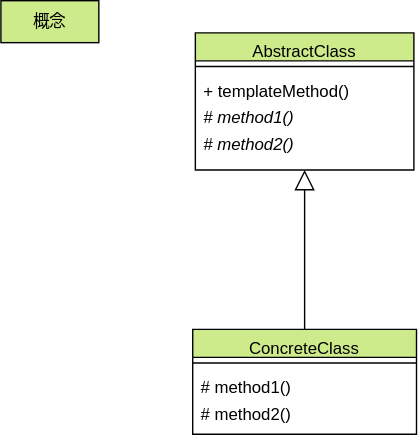
go-to-k/cdk-gof-design-pattern keeps this draw.io diagram as drawio/template-method/template-method-concept.drawio.svg. Above is the earlier version. Source tidied: cells renumbered, new cells last; positions are measured from the earlier drawing's top-left corner, leaving out a move shared by most shapes.
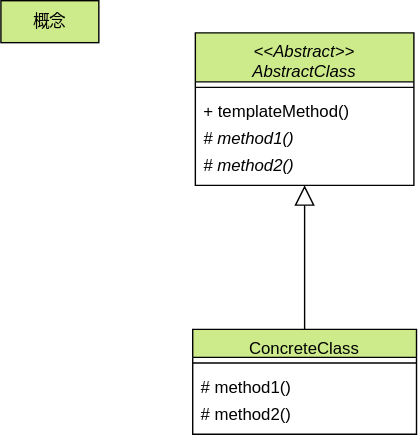
After the commit.

Commit message:
update template method diagrams

Change to the diagram source:
```diff
@@ -14,20 +14,20 @@
     <mxCell id="5" value="# method2()" style="text;strokeColor=none;fillColor=none;align=left;verticalAlign=top;spacingLeft=4;spacingRight=4;overflow=hidden;whiteSpace=wrap;html=1;fontColor=#000000;" parent="2" vertex="1">
       <mxGeometry y="47" width="160" height="19" as="geometry" />
     </mxCell>
-    <mxCell id="6" value="AbstractClass" style="swimlane;fontStyle=0;align=center;verticalAlign=top;horizontal=1;startSize=20;rounded=0;shadow=0;strokeWidth=1;fillColor=#cdeb8b;strokeColor=#000000;fontColor=#000000;" parent="1" vertex="1">
-      <mxGeometry x="138.9" y="23" width="156.2" height="98" as="geometry" />
+    <mxCell id="6" value="&lt;&lt;Abstract&gt;&gt;&#10;AbstractClass" style="swimlane;fontStyle=2;align=center;verticalAlign=top;horizontal=1;startSize=35;rounded=0;shadow=0;strokeWidth=1;fillColor=#cdeb8b;strokeColor=#000000;fontColor=#000000;" parent="1" vertex="1">
+      <mxGeometry x="138.9" y="23" width="156.2" height="109" as="geometry" />
     </mxCell>
     <mxCell id="7" style="line;html=1;strokeWidth=1;align=left;verticalAlign=middle;spacingTop=-1;spacingLeft=3;spacingRight=3;labelPosition=right;fontColor=#000000;strokeColor=#000000;" parent="6" vertex="1">
-      <mxGeometry y="20" width="156.2" height="8" as="geometry" />
+      <mxGeometry y="35" width="156.2" height="8" as="geometry" />
     </mxCell>
     <mxCell id="8" value="+ templateMethod()" style="text;strokeColor=none;fillColor=none;align=left;verticalAlign=top;spacingLeft=4;spacingRight=4;overflow=hidden;whiteSpace=wrap;html=1;fontColor=#000000;" parent="6" vertex="1">
-      <mxGeometry y="28" width="156.2" height="19" as="geometry" />
+      <mxGeometry y="43" width="156.2" height="19" as="geometry" />
     </mxCell>
     <mxCell id="9" value="&lt;i&gt;# method1()&lt;/i&gt;" style="text;strokeColor=none;fillColor=none;align=left;verticalAlign=top;spacingLeft=4;spacingRight=4;overflow=hidden;whiteSpace=wrap;html=1;fontColor=#000000;" parent="6" vertex="1">
-      <mxGeometry y="47" width="156.2" height="19" as="geometry" />
+      <mxGeometry y="62" width="156.2" height="19" as="geometry" />
     </mxCell>
     <mxCell id="10" value="&lt;i&gt;# method2()&lt;/i&gt;" style="text;strokeColor=none;fillColor=none;align=left;verticalAlign=top;spacingLeft=4;spacingRight=4;overflow=hidden;whiteSpace=wrap;html=1;fontColor=#000000;" parent="6" vertex="1">
-      <mxGeometry y="66" width="156.2" height="19" as="geometry" />
+      <mxGeometry y="81" width="156.2" height="19" as="geometry" />
     </mxCell>
     <mxCell id="11" style="endArrow=block;endFill=0;endSize=12;html=1;rounded=0;fontColor=#000000;strokeColor=#000000;" parent="1" edge="1" source="2" target="6">
       <mxGeometry relative="1" as="geometry" />
```
